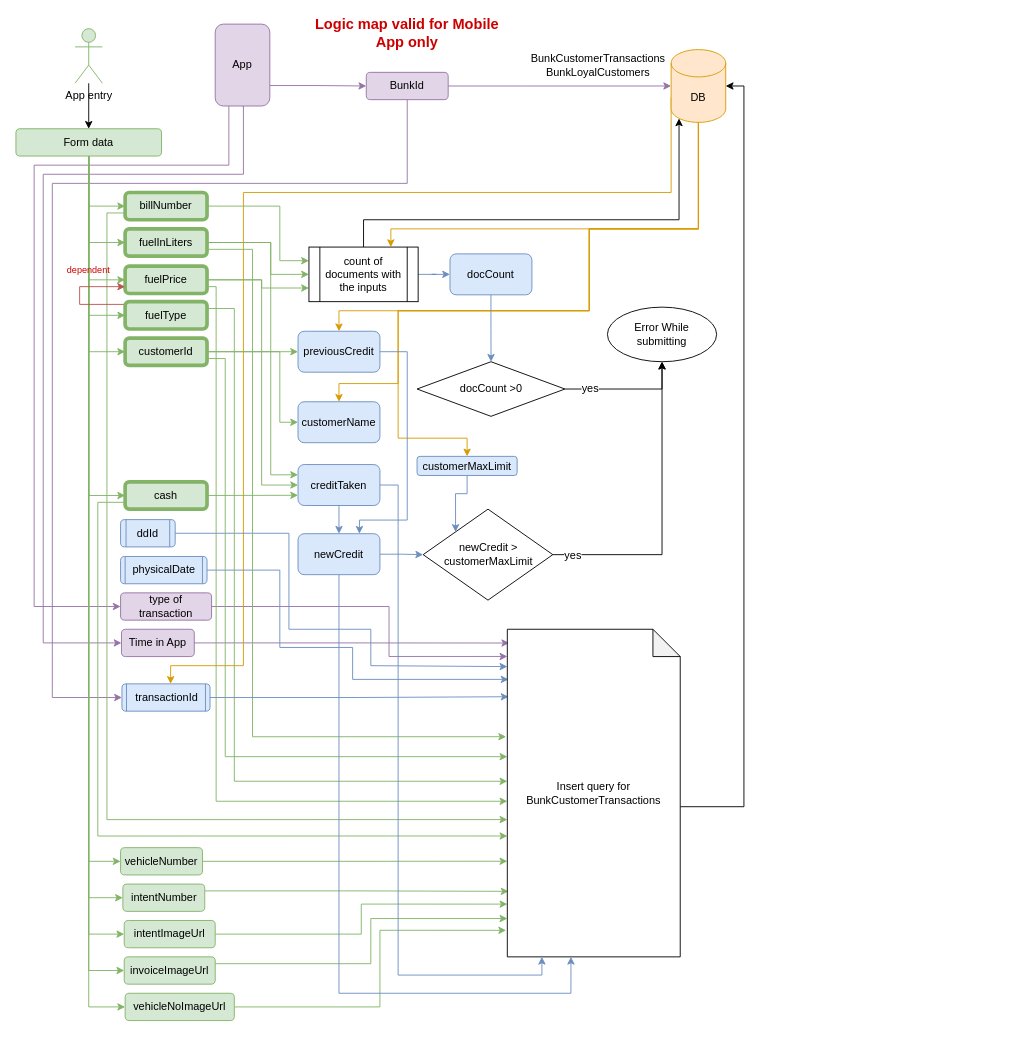
This is page "Type == Expense" (2 of 3) of Creditor_Transactions.drawio from LakshEternl/GazoLogicMap, a draw.io file, before an edit. Source tidied: cells renumbered, new cells numbered last; positions are measured from the earlier drawing's top-left corner, leaving out a move shared by most shapes. Both pictures are drawn from the tidied source at 91%, with x=0, y=0 at pixel (15, 19).
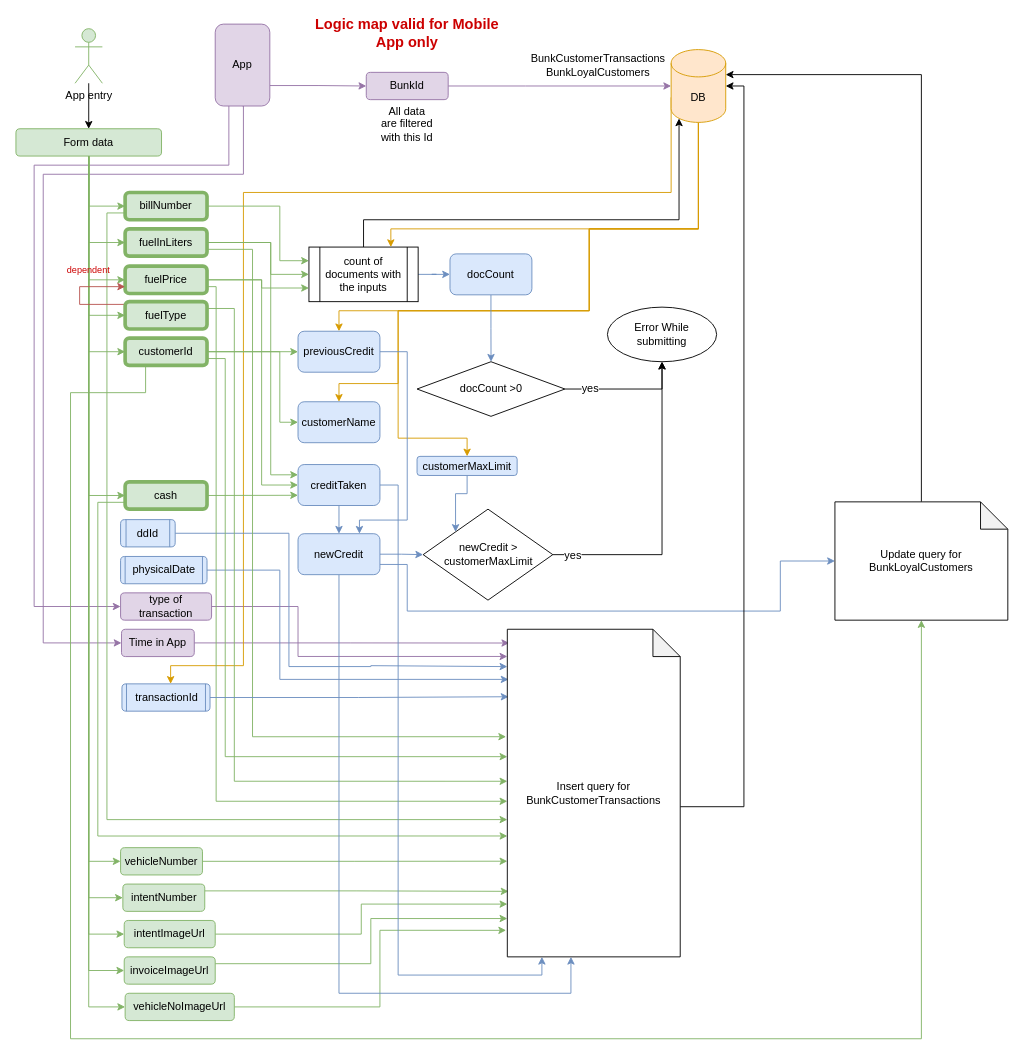
After the change.

The change refers to these unchanged cells:
```xml
<mxCell id="3" value="type of transaction" style="rounded=1;whiteSpace=wrap;html=1;fillColor=#e1d5e7;strokeColor=#9673a6;" parent="1" vertex="1">
  <mxGeometry x="115" y="630" width="100" height="30" as="geometry" />
</mxCell>
<mxCell id="8" value="BunkId" style="rounded=1;whiteSpace=wrap;html=1;fillColor=#e1d5e7;strokeColor=#9673a6;" parent="1" vertex="1">
  <mxGeometry x="385" y="58" width="90" height="30" as="geometry" />
</mxCell>
<mxCell id="14" value="DB" style="shape=cylinder3;whiteSpace=wrap;html=1;boundedLbl=1;backgroundOutline=1;size=15;fillColor=#ffe6cc;strokeColor=#d79b00;" parent="1" vertex="1">
  <mxGeometry x="720" y="33" width="60" height="80" as="geometry" />
</mxCell>
<mxCell id="35" value="ddId" style="shape=process;whiteSpace=wrap;html=1;backgroundOutline=1;fillColor=#dae8fc;strokeColor=#6c8ebf;rounded=1;" parent="1" vertex="1">
  <mxGeometry x="115" y="549.5" width="60" height="30" as="geometry" />
</mxCell>
<mxCell id="37" value="physicalDate" style="shape=process;whiteSpace=wrap;html=1;backgroundOutline=1;fillColor=#dae8fc;strokeColor=#6c8ebf;rounded=1;size=0.045454545454545456;" parent="1" vertex="1">
  <mxGeometry x="115" y="590" width="95" height="30" as="geometry" />
</mxCell>
<mxCell id="71" value="customerId" style="rounded=1;whiteSpace=wrap;html=1;fillColor=#d5e8d4;strokeColor=#82b366;strokeWidth=4;" parent="1" vertex="1">
  <mxGeometry x="120" y="350" width="90" height="30" as="geometry" />
</mxCell>
<mxCell id="80" value="transactionId" style="shape=process;whiteSpace=wrap;html=1;backgroundOutline=1;fillColor=#dae8fc;strokeColor=#6c8ebf;rounded=1;size=0.02727272727272727;" parent="1" vertex="1">
  <mxGeometry x="116.5" y="730" width="96.8" height="30" as="geometry" />
</mxCell>
<mxCell id="90" value="newCredit" style="rounded=1;whiteSpace=wrap;html=1;fillColor=#dae8fc;strokeColor=#6c8ebf;" parent="1" vertex="1">
  <mxGeometry x="310" y="565" width="90" height="45" as="geometry" />
</mxCell>
<mxCell id="98" value="&lt;font style=&quot;font-size: 12px;&quot;&gt;&lt;font color=&quot;#000000&quot;&gt;Insert query for BunkCustomerTransactions&lt;/font&gt;&lt;br&gt;&lt;/font&gt;" style="shape=note;whiteSpace=wrap;html=1;backgroundOutline=1;darkOpacity=0.05;fontSize=10;fontColor=#CC0000;size=30;" parent="1" vertex="1">
  <mxGeometry x="540" y="670" width="190" height="360" as="geometry" />
</mxCell>
```

The edit, as a diff of the source:
```diff
@@
     <mxCell id="2" style="edgeStyle=orthogonalEdgeStyle;rounded=0;jettySize=auto;html=1;exitX=1;exitY=0.5;exitDx=0;exitDy=0;entryX=0;entryY=0.083;entryDx=0;entryDy=0;entryPerimeter=0;fillColor=#e1d5e7;strokeColor=#9673a6;" parent="1" edge="1" source="3" target="98">
       <mxGeometry relative="1" as="geometry">
         <Array as="points">
-          <mxPoint x="410" y="645" />
-          <mxPoint x="410" y="700" />
+          <mxPoint x="310" y="645" />
+          <mxPoint x="310" y="700" />
         </Array>
       </mxGeometry>
     </mxCell>
@@
-    <mxCell id="7" style="edgeStyle=orthogonalEdgeStyle;rounded=0;jettySize=auto;html=1;exitX=0.5;exitY=1;exitDx=0;exitDy=0;entryX=0;entryY=0.5;entryDx=0;entryDy=0;fontSize=12;fontColor=#000000;fillColor=#e1d5e7;strokeColor=#9673a6;" parent="1" edge="1" source="8" target="80">
-      <mxGeometry relative="1" as="geometry">
-        <Array as="points">
-          <mxPoint x="430" y="180" />
-          <mxPoint x="40" y="180" />
-          <mxPoint x="40" y="745" />
-        </Array>
-      </mxGeometry>
-    </mxCell>
@@
     <mxCell id="34" style="edgeStyle=orthogonalEdgeStyle;rounded=0;jettySize=auto;html=1;exitX=1;exitY=0.5;exitDx=0;exitDy=0;entryX=0;entryY=0.114;entryDx=0;entryDy=0;entryPerimeter=0;fillColor=#dae8fc;strokeColor=#6c8ebf;" parent="1" edge="1" source="35" target="98">
       <mxGeometry relative="1" as="geometry">
         <Array as="points">
-          <mxPoint x="300" y="565" />
-          <mxPoint x="300" y="670" />
-          <mxPoint x="390" y="670" />
-          <mxPoint x="390" y="710" />
+          <mxPoint x="300" y="564" />
+          <mxPoint x="300" y="711" />
+          <mxPoint x="390" y="711" />
+          <mxPoint x="540" y="710" />
         </Array>
       </mxGeometry>
     </mxCell>
@@
     <mxCell id="36" style="edgeStyle=orthogonalEdgeStyle;rounded=0;jettySize=auto;html=1;exitX=1;exitY=0.5;exitDx=0;exitDy=0;entryX=0.007;entryY=0.153;entryDx=0;entryDy=0;entryPerimeter=0;fillColor=#dae8fc;strokeColor=#6c8ebf;" parent="1" edge="1" source="37" target="98">
       <mxGeometry relative="1" as="geometry">
         <Array as="points">
           <mxPoint x="290" y="605" />
-          <mxPoint x="290" y="690" />
-          <mxPoint x="370" y="690" />
-          <mxPoint x="370" y="725" />
+          <mxPoint x="290" y="725" />
         </Array>
       </mxGeometry>
     </mxCell>
@@
+    <mxCell id="99" style="edgeStyle=orthogonalEdgeStyle;rounded=0;jettySize=auto;html=1;exitX=0.25;exitY=1;exitDx=0;exitDy=0;entryX=0.5;entryY=1;entryDx=0;entryDy=0;entryPerimeter=0;fillColor=#d5e8d4;strokeColor=#82b366;" parent="1" edge="1" source="71" target="102">
+      <mxGeometry relative="1" as="geometry">
+        <Array as="points">
+          <mxPoint x="143" y="410" />
+          <mxPoint x="60" y="410" />
+          <mxPoint x="60" y="1120" />
+          <mxPoint x="995" y="1120" />
+        </Array>
+      </mxGeometry>
+    </mxCell>
@@
+    <mxCell id="100" style="edgeStyle=orthogonalEdgeStyle;rounded=0;jettySize=auto;html=1;exitX=1;exitY=0.75;exitDx=0;exitDy=0;entryX=0;entryY=0.5;entryDx=0;entryDy=0;entryPerimeter=0;fillColor=#dae8fc;strokeColor=#6c8ebf;" parent="1" edge="1" source="90" target="102">
+      <mxGeometry relative="1" as="geometry">
+        <Array as="points">
+          <mxPoint x="430" y="599" />
+          <mxPoint x="430" y="650" />
+          <mxPoint x="840" y="650" />
+          <mxPoint x="840" y="595" />
+        </Array>
+      </mxGeometry>
+    </mxCell>
@@
+    <mxCell id="101" style="edgeStyle=orthogonalEdgeStyle;rounded=0;jettySize=auto;html=1;exitX=0.5;exitY=0;exitDx=0;exitDy=0;exitPerimeter=0;entryX=1;entryY=0;entryDx=0;entryDy=27.5;entryPerimeter=0;" parent="1" edge="1" source="102" target="14">
+      <mxGeometry relative="1" as="geometry" />
+    </mxCell>
+    <mxCell id="102" value="&lt;font style=&quot;font-size: 12px;&quot;&gt;&lt;font color=&quot;#000000&quot;&gt;Update query for BunkLoyalCustomers&lt;/font&gt;&lt;br&gt;&lt;/font&gt;" style="shape=note;whiteSpace=wrap;html=1;backgroundOutline=1;darkOpacity=0.05;fontSize=10;fontColor=#CC0000;size=30;" parent="1" vertex="1">
+      <mxGeometry x="900" y="530" width="190" height="130" as="geometry" />
+    </mxCell>
+    <mxCell id="103" value="All data are filtered with this Id" style="text;html=1;strokeColor=none;fillColor=none;align=center;verticalAlign=middle;whiteSpace=wrap;rounded=0;" parent="1" vertex="1">
+      <mxGeometry x="400" y="100" width="60" height="30" as="geometry" />
+    </mxCell>
```
